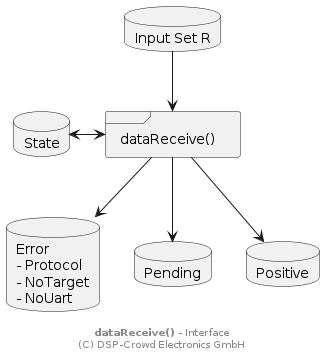
Above: doc/system/data-receive_interface.png in NoOrientationProgramming/code-orb (PlantUML), before the change. The source it was exported from:
```plantuml
@startuml


database "Input Set R" as sIn
database "State" as sState

database "Error\n- Protocol\n- NoTarget\n- NoUart" as sErr
database "Pending" as sPending
database "Positive" as sPositive

frame "dataReceive()" as pRecv

sIn --> pRecv
sState <-> pRecv

pRecv --> sErr
pRecv --> sPending
pRecv --> sPositive

footer **dataReceive()** - Interface\n(C) DSP-Crowd Electronics GmbH

@enduml
```
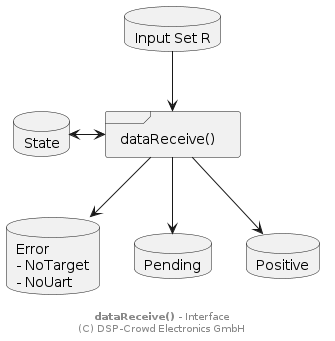
The same file after the commit.

The edit, as a diff of the source:
```diff
@@ -4,7 +4,7 @@
 database "Input Set R" as sIn
 database "State" as sState
 
-database "Error\n- Protocol\n- NoTarget\n- NoUart" as sErr
+database "Error\n- NoTarget\n- NoUart" as sErr
 database "Pending" as sPending
 database "Positive" as sPositive
 
```
